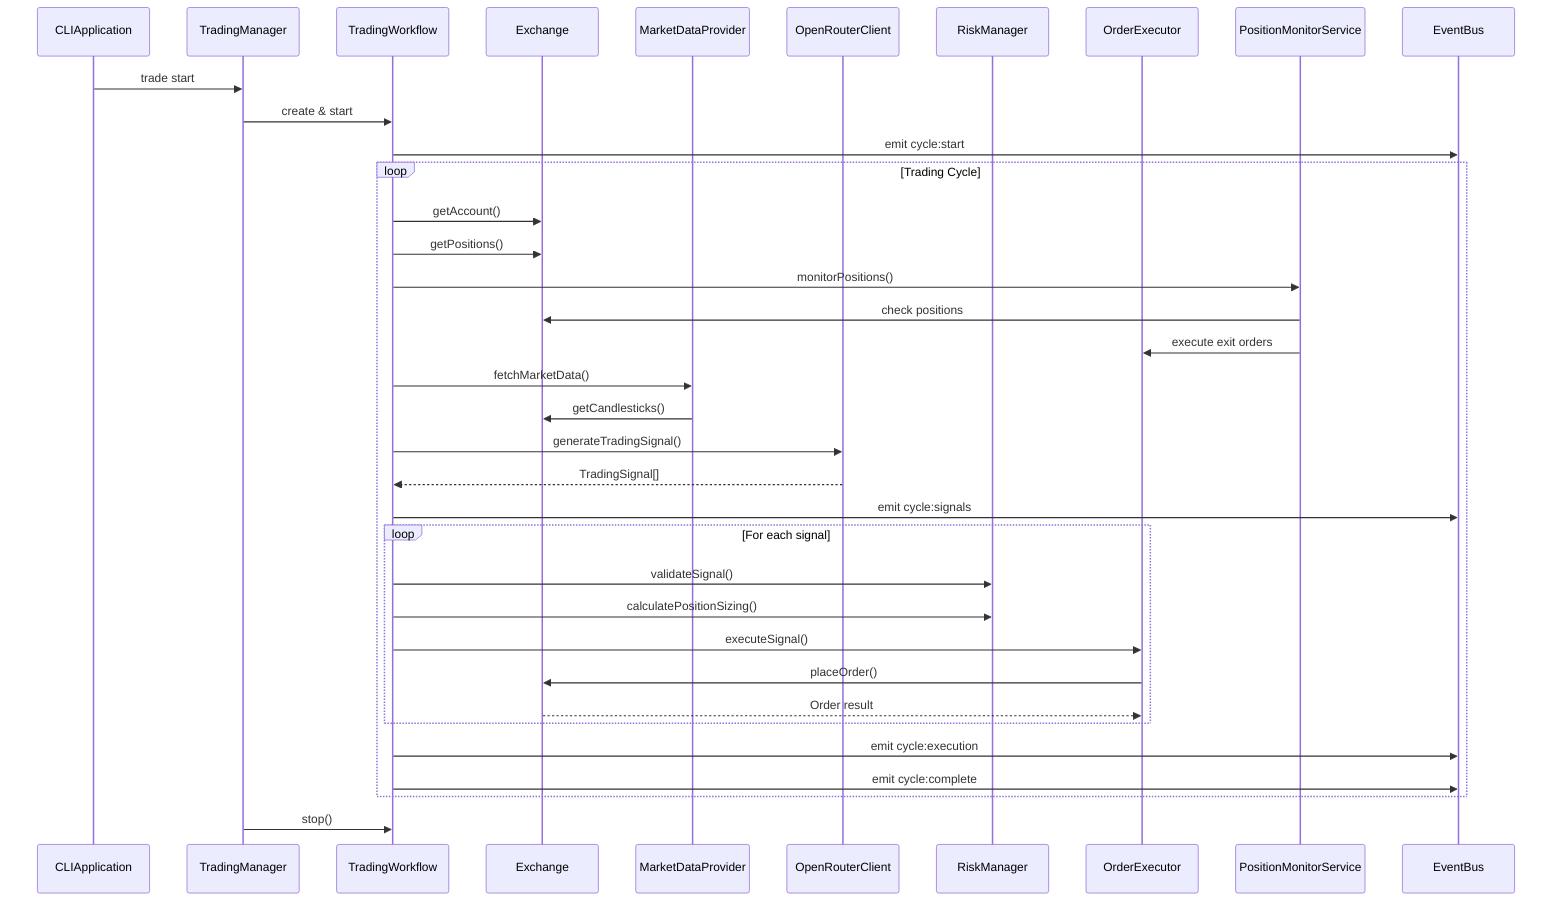
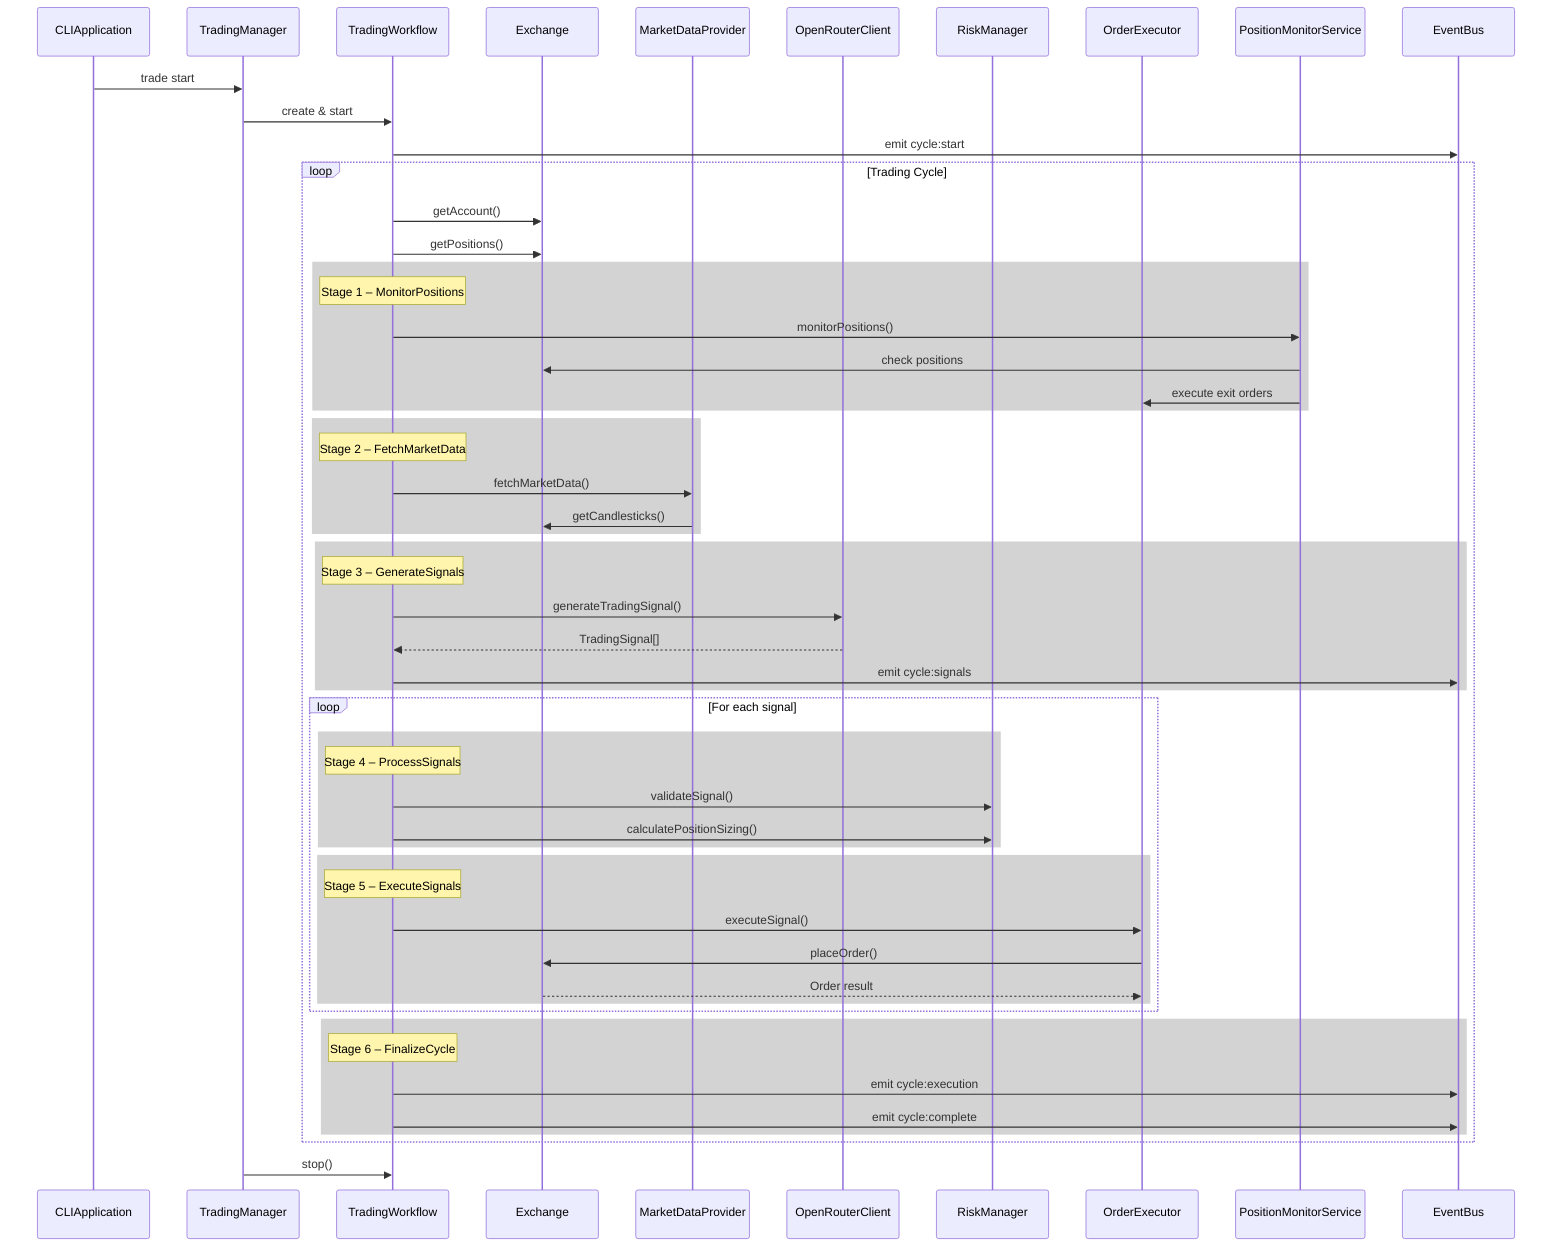
sequenceDiagram
    participant CLI as CLIApplication
    participant TM as TradingManager
    participant TW as TradingWorkflow
    participant EX as Exchange
    participant MDP as MarketDataProvider
    participant AI as OpenRouterClient
    participant RM as RiskManager
    participant OE as OrderExecutor
    participant PM as PositionMonitorService
    participant EB as EventBus

    CLI->>TM: trade start
    TM->>TW: create & start
    TW->>EB: emit cycle:start

    loop Trading Cycle
        TW->>EX: getAccount()
        TW->>EX: getPositions()
+ 
+         rect lightgray
+         Note over TW: Stage 1 – MonitorPositions
        TW->>PM: monitorPositions()
        PM->>EX: check positions
        PM->>OE: execute exit orders
+         end

+         rect lightgray
+         Note over TW: Stage 2 – FetchMarketData
        TW->>MDP: fetchMarketData()
        MDP->>EX: getCandlesticks()
+         end

+         rect lightgray
+         Note over TW: Stage 3 – GenerateSignals
        TW->>AI: generateTradingSignal()
        AI-->>TW: TradingSignal[]
- 
        TW->>EB: emit cycle:signals
+         end

        loop For each signal
+             rect lightgray
+             Note over TW: Stage 4 – ProcessSignals
            TW->>RM: validateSignal()
            TW->>RM: calculatePositionSizing()
+             end
+ 
+             rect lightgray
+             Note over TW: Stage 5 – ExecuteSignals
            TW->>OE: executeSignal()
            OE->>EX: placeOrder()
            EX-->>OE: Order result
+             end
        end

+         rect lightgray
+         Note over TW: Stage 6 – FinalizeCycle
        TW->>EB: emit cycle:execution
        TW->>EB: emit cycle:complete
+         end
    end

    %% CLI stop command removed; use Ctrl+C
    TM->>TW: stop()